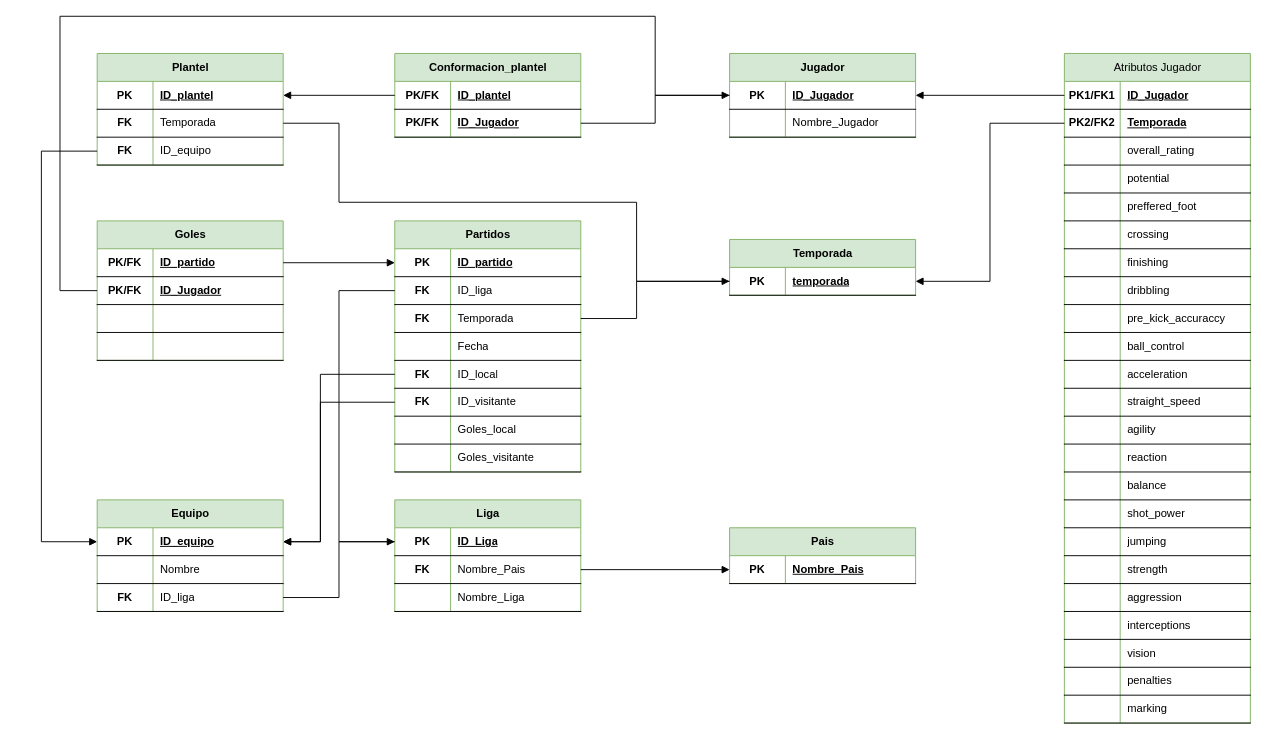
MakelMagus/TPLaboDatos2024 keeps this draw.io diagram as page "MER v3" (1 of 2) of Mandable.drawio. Above is the earlier version. Source tidied: cells renumbered, new cells numbered last; positions are measured from the earlier drawing's top-left corner, leaving out a move shared by most shapes. Both pictures are drawn from the tidied source at 93%, with x=0, y=0 at pixel (41, 16).
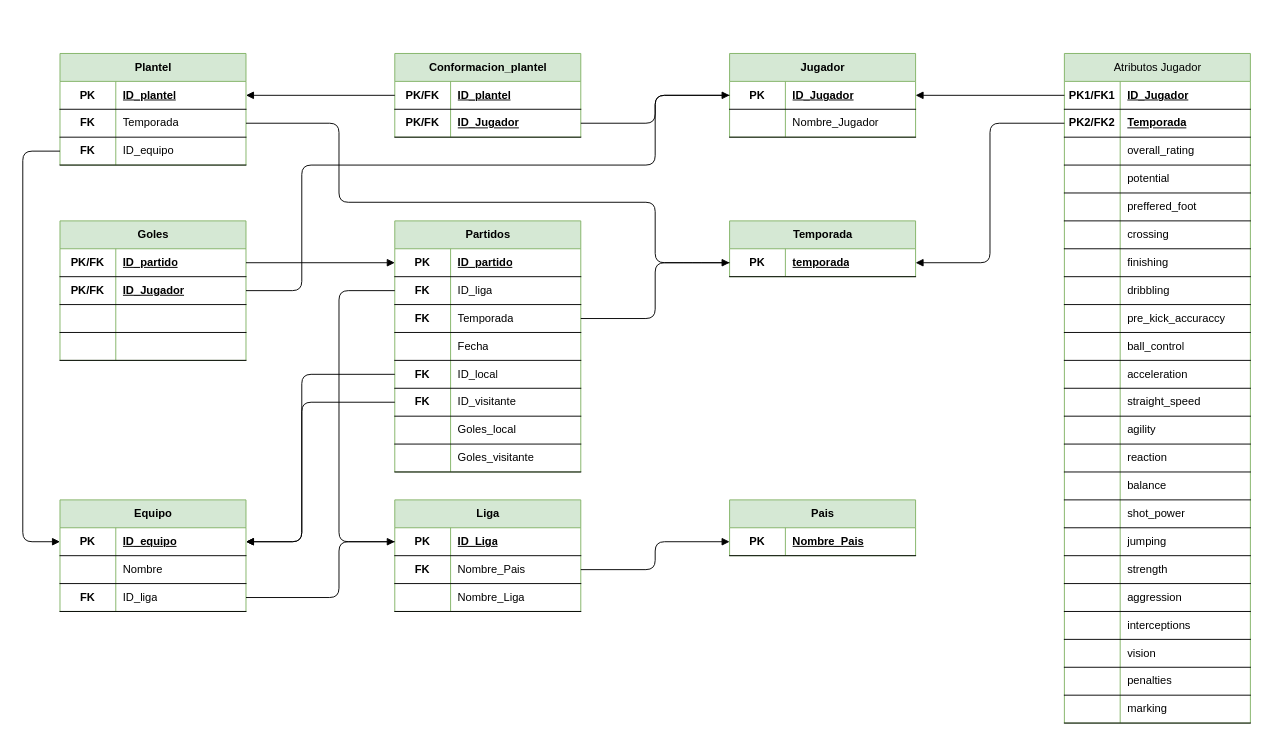
The same diagram, later.

The change refers to these unchanged cells:
```xml
<mxCell id="3" style="shape=tableRow;horizontal=0;startSize=0;swimlaneHead=0;swimlaneBody=0;fillColor=none;points=[[0,0.5],[1,0.5]];portConstraint=eastwest;top=0;left=0;right=0;bottom=1;" parent="2" vertex="1">
  <mxGeometry y="30" width="200" height="30" as="geometry" />
</mxCell>
<mxCell id="13" style="shape=tableRow;horizontal=0;startSize=0;swimlaneHead=0;swimlaneBody=0;fillColor=none;points=[[0,0.5],[1,0.5]];portConstraint=eastwest;top=0;left=0;right=0;bottom=1;" parent="12" vertex="1">
  <mxGeometry y="30" width="200" height="30" as="geometry" />
</mxCell>
<mxCell id="17" style="shape=tableRow;horizontal=0;startSize=0;swimlaneHead=0;swimlaneBody=0;fillColor=none;points=[[0,0.5],[1,0.5]];portConstraint=eastwest;top=0;left=0;right=0;bottom=1;" parent="16" vertex="1">
  <mxGeometry y="30" width="200" height="30" as="geometry" />
</mxCell>
<mxCell id="24" style="shape=tableRow;horizontal=0;startSize=0;swimlaneHead=0;swimlaneBody=0;fillColor=none;points=[[0,0.5],[1,0.5]];portConstraint=eastwest;top=0;left=0;right=0;bottom=1;" parent="23" vertex="1">
  <mxGeometry y="30" width="200" height="30" as="geometry" />
</mxCell>
<mxCell id="31" style="shape=tableRow;horizontal=0;startSize=0;swimlaneHead=0;swimlaneBody=0;fillColor=none;points=[[0,0.5],[1,0.5]];portConstraint=eastwest;top=0;left=0;right=0;bottom=1;" parent="27" vertex="1">
  <mxGeometry y="60" width="200" height="30" as="geometry" />
</mxCell>
<mxCell id="41" style="shape=tableRow;horizontal=0;startSize=0;swimlaneHead=0;swimlaneBody=0;fillColor=none;points=[[0,0.5],[1,0.5]];portConstraint=eastwest;top=0;left=0;right=0;bottom=1;" parent="40" vertex="1">
  <mxGeometry y="30" width="200" height="30" as="geometry" />
</mxCell>
<mxCell id="44" style="shape=tableRow;horizontal=0;startSize=0;swimlaneHead=0;swimlaneBody=0;fillColor=none;points=[[0,0.5],[1,0.5]];portConstraint=eastwest;top=0;left=0;right=0;bottom=1;" parent="40" vertex="1">
  <mxGeometry y="60" width="200" height="30" as="geometry" />
</mxCell>
<mxCell id="114" style="shape=tableRow;horizontal=0;startSize=0;swimlaneHead=0;swimlaneBody=0;fillColor=none;points=[[0,0.5],[1,0.5]];portConstraint=eastwest;top=0;left=0;right=0;bottom=1;" parent="110" vertex="1">
  <mxGeometry y="60" width="200" height="30" as="geometry" />
</mxCell>
<mxCell id="117" style="shape=tableRow;horizontal=0;startSize=0;swimlaneHead=0;swimlaneBody=0;fillColor=none;points=[[0,0.5],[1,0.5]];portConstraint=eastwest;top=0;left=0;right=0;bottom=1;" parent="110" vertex="1">
  <mxGeometry y="90" width="200" height="30" as="geometry" />
</mxCell>
<mxCell id="123" style="shape=tableRow;horizontal=0;startSize=0;swimlaneHead=0;swimlaneBody=0;fillColor=none;points=[[0,0.5],[1,0.5]];portConstraint=eastwest;top=0;left=0;right=0;bottom=1;" parent="110" vertex="1">
  <mxGeometry y="150" width="200" height="30" as="geometry" />
</mxCell>
<mxCell id="126" style="shape=tableRow;horizontal=0;startSize=0;swimlaneHead=0;swimlaneBody=0;fillColor=none;points=[[0,0.5],[1,0.5]];portConstraint=eastwest;top=0;left=0;right=0;bottom=1;" parent="110" vertex="1">
  <mxGeometry y="180" width="200" height="30" as="geometry" />
</mxCell>
<mxCell id="136" style="shape=tableRow;horizontal=0;startSize=0;swimlaneHead=0;swimlaneBody=0;fillColor=none;points=[[0,0.5],[1,0.5]];portConstraint=eastwest;top=0;left=0;right=0;bottom=1;" parent="135" vertex="1">
  <mxGeometry y="30" width="200" height="30" as="geometry" />
</mxCell>
<mxCell id="142" style="shape=tableRow;horizontal=0;startSize=0;swimlaneHead=0;swimlaneBody=0;fillColor=none;points=[[0,0.5],[1,0.5]];portConstraint=eastwest;top=0;left=0;right=0;bottom=1;" parent="135" vertex="1">
  <mxGeometry y="90" width="200" height="30" as="geometry" />
</mxCell>
<mxCell id="149" style="shape=tableRow;horizontal=0;startSize=0;swimlaneHead=0;swimlaneBody=0;fillColor=none;points=[[0,0.5],[1,0.5]];portConstraint=eastwest;top=0;left=0;right=0;bottom=1;" parent="145" vertex="1">
  <mxGeometry y="60" width="200" height="30" as="geometry" />
</mxCell>
<mxCell id="152" style="shape=tableRow;horizontal=0;startSize=0;swimlaneHead=0;swimlaneBody=0;fillColor=none;points=[[0,0.5],[1,0.5]];portConstraint=eastwest;top=0;left=0;right=0;bottom=1;" parent="145" vertex="1">
  <mxGeometry y="90" width="200" height="30" as="geometry" />
</mxCell>
<mxCell id="159" style="shape=tableRow;horizontal=0;startSize=0;swimlaneHead=0;swimlaneBody=0;fillColor=none;points=[[0,0.5],[1,0.5]];portConstraint=eastwest;top=0;left=0;right=0;bottom=1;" parent="155" vertex="1">
  <mxGeometry y="60" width="200" height="30" as="geometry" />
</mxCell>
```

Change to the diagram source:
```diff
@@
     <mxCell id="12" value="Pais" style="shape=table;startSize=30;childLayout=tableLayout;rowLines=0;fontStyle=1;align=center;html=1;fillColor=#d5e8d4;strokeColor=#82b366;" parent="1" vertex="1">
-      <mxGeometry x="740" y="550" width="200" height="60" as="geometry" />
+      <mxGeometry x="740" y="520" width="200" height="60" as="geometry" />
     </mxCell>
@@
     <mxCell id="23" value="Temporada" style="shape=table;startSize=30;childLayout=tableLayout;rowLines=0;fontStyle=1;align=center;html=1;fillColor=#d5e8d4;strokeColor=#82b366;" parent="1" vertex="1">
-      <mxGeometry x="740" y="240" width="200" height="60" as="geometry" />
+      <mxGeometry x="740" y="220" width="200" height="60" as="geometry" />
     </mxCell>
@@
     <mxCell id="27" value="Goles" style="shape=table;startSize=30;childLayout=tableLayout;rowLines=0;fontStyle=1;align=center;html=1;fillColor=#d5e8d4;strokeColor=#82b366;" parent="1" vertex="1">
-      <mxGeometry x="60" y="220" width="200" height="150" as="geometry" />
+      <mxGeometry x="20" y="220" width="200" height="150" as="geometry" />
     </mxCell>
@@
     <mxCell id="135" value="Equipo" style="shape=table;startSize=30;childLayout=tableLayout;rowLines=0;fontStyle=1;align=center;html=1;fillColor=#d5e8d4;strokeColor=#82b366;" parent="1" vertex="1">
-      <mxGeometry x="60" y="520" width="200" height="120" as="geometry" />
+      <mxGeometry x="20" y="520" width="200" height="120" as="geometry" />
     </mxCell>
@@
     <mxCell id="145" value="Plantel" style="shape=table;startSize=30;childLayout=tableLayout;rowLines=0;fontStyle=1;align=center;html=1;fillColor=#d5e8d4;strokeColor=#82b366;" parent="1" vertex="1">
-      <mxGeometry x="60" y="40" width="200" height="120" as="geometry" />
+      <mxGeometry x="20" y="40" width="200" height="120" as="geometry" />
     </mxCell>
@@
-    <mxCell id="162" style="endArrow=block;html=1;rounded=0;exitX=1;exitY=0.5;exitDx=0;exitDy=0;entryX=0;entryY=0.5;entryDx=0;entryDy=0;endFill=1;" parent="1" edge="1" target="13">
+    <mxCell id="162" style="endArrow=block;html=1;rounded=1;exitX=1;exitY=0.5;exitDx=0;exitDy=0;entryX=0;entryY=0.5;entryDx=0;entryDy=0;endFill=1;" parent="1" edge="1" target="13">
       <mxGeometry relative="1" as="geometry">
         <mxPoint x="580" y="595" as="sourcePoint" />
+        <Array as="points">
+          <mxPoint x="660" y="595" />
+          <mxPoint x="660" y="565" />
+        </Array>
       </mxGeometry>
     </mxCell>
-    <mxCell id="163" style="endArrow=none;html=1;rounded=0;entryX=0;entryY=0.5;entryDx=0;entryDy=0;exitX=1;exitY=0.5;exitDx=0;exitDy=0;startArrow=block;startFill=1;" parent="1" edge="1" source="17" target="41">
+    <mxCell id="163" style="endArrow=none;html=1;rounded=1;entryX=0;entryY=0.5;entryDx=0;entryDy=0;exitX=1;exitY=0.5;exitDx=0;exitDy=0;startArrow=block;startFill=1;" parent="1" edge="1" source="17" target="41">
       <mxGeometry relative="1" as="geometry" />
     </mxCell>
-    <mxCell id="164" style="endArrow=block;html=1;rounded=0;entryX=0;entryY=0.5;entryDx=0;entryDy=0;exitX=1;exitY=0.5;exitDx=0;exitDy=0;endFill=1;" parent="1" edge="1" source="159" target="17">
+    <mxCell id="164" style="endArrow=block;html=1;rounded=1;entryX=0;entryY=0.5;entryDx=0;entryDy=0;exitX=1;exitY=0.5;exitDx=0;exitDy=0;endFill=1;" parent="1" edge="1" source="159" target="17">
       <mxGeometry relative="1" as="geometry">
         <Array as="points">
           <mxPoint x="660" y="115" />
           <mxPoint x="660" y="85" />
         </Array>
       </mxGeometry>
     </mxCell>
@@
-    <mxCell id="166" style="endArrow=none;html=1;rounded=0;entryX=0;entryY=0.5;entryDx=0;entryDy=0;exitX=1;exitY=0.5;exitDx=0;exitDy=0;" parent="1" edge="1" source="149" target="24">
+    <mxCell id="166" style="endArrow=none;html=1;rounded=1;entryX=0;entryY=0.5;entryDx=0;entryDy=0;exitX=1;exitY=0.5;exitDx=0;exitDy=0;" parent="1" edge="1" source="149" target="24">
       <mxGeometry relative="1" as="geometry">
         <Array as="points">
           <mxPoint x="320" y="115" />
           <mxPoint x="320" y="200" />
-          <mxPoint x="640" y="200" />
-          <mxPoint x="640" y="285" />
+          <mxPoint x="660" y="200" />
+          <mxPoint x="660" y="265" />
+          <mxPoint x="700" y="265" />
         </Array>
       </mxGeometry>
     </mxCell>
-    <mxCell id="167" style="endArrow=none;html=1;rounded=0;exitX=0;exitY=0.5;exitDx=0;exitDy=0;entryX=1;entryY=0.5;entryDx=0;entryDy=0;" parent="1" edge="1" source="3" target="142">
+    <mxCell id="167" style="endArrow=none;html=1;rounded=1;exitX=0;exitY=0.5;exitDx=0;exitDy=0;entryX=1;entryY=0.5;entryDx=0;entryDy=0;" parent="1" edge="1" source="3" target="142">
       <mxGeometry relative="1" as="geometry">
         <Array as="points">
           <mxPoint x="320" y="565" />
           <mxPoint x="320" y="625" />
         </Array>
       </mxGeometry>
     </mxCell>
@@
-    <mxCell id="169" style="endArrow=block;html=1;rounded=0;exitX=1;exitY=0.5;exitDx=0;exitDy=0;entryX=0;entryY=0.5;entryDx=0;entryDy=0;endFill=1;" parent="1" edge="1" source="117" target="24">
+    <mxCell id="169" style="endArrow=block;html=1;rounded=1;exitX=1;exitY=0.5;exitDx=0;exitDy=0;entryX=0;entryY=0.5;entryDx=0;entryDy=0;endFill=1;" parent="1" edge="1" source="117" target="24">
       <mxGeometry relative="1" as="geometry">
         <Array as="points">
-          <mxPoint x="640" y="325" />
-          <mxPoint x="640" y="285" />
+          <mxPoint x="660" y="325" />
+          <mxPoint x="660" y="265" />
         </Array>
       </mxGeometry>
     </mxCell>
-    <mxCell id="170" style="endArrow=block;html=1;rounded=0;entryX=0;entryY=0.5;entryDx=0;entryDy=0;exitX=0;exitY=0.5;exitDx=0;exitDy=0;endFill=1;" parent="1" edge="1" source="114" target="3">
+    <mxCell id="170" style="endArrow=block;html=1;rounded=1;entryX=0;entryY=0.5;entryDx=0;entryDy=0;exitX=0;exitY=0.5;exitDx=0;exitDy=0;endFill=1;" parent="1" edge="1" source="114" target="3">
       <mxGeometry relative="1" as="geometry">
         <Array as="points">
           <mxPoint x="320" y="295" />
           <mxPoint x="320" y="565" />
         </Array>
       </mxGeometry>
     </mxCell>
-    <mxCell id="171" style="endArrow=block;html=1;rounded=0;exitX=0;exitY=0.5;exitDx=0;exitDy=0;entryX=1;entryY=0.5;entryDx=0;entryDy=0;endFill=1;" parent="1" edge="1" source="123" target="136">
+    <mxCell id="171" style="endArrow=block;html=1;rounded=1;exitX=0;exitY=0.5;exitDx=0;exitDy=0;entryX=1;entryY=0.5;entryDx=0;entryDy=0;endFill=1;" parent="1" edge="1" source="123" target="136">
       <mxGeometry relative="1" as="geometry">
         <Array as="points">
-          <mxPoint x="300" y="385" />
-          <mxPoint x="300" y="565" />
+          <mxPoint x="280" y="385" />
+          <mxPoint x="280" y="565" />
         </Array>
       </mxGeometry>
     </mxCell>
-    <mxCell id="172" style="endArrow=block;html=1;rounded=0;exitX=0;exitY=0.5;exitDx=0;exitDy=0;entryX=1;entryY=0.5;entryDx=0;entryDy=0;endFill=1;" parent="1" edge="1" source="126" target="136">
+    <mxCell id="172" style="endArrow=block;html=1;rounded=1;exitX=0;exitY=0.5;exitDx=0;exitDy=0;entryX=1;entryY=0.5;entryDx=0;entryDy=0;endFill=1;" parent="1" edge="1" source="126" target="136">
       <mxGeometry relative="1" as="geometry">
         <Array as="points">
-          <mxPoint x="300" y="415" />
-          <mxPoint x="300" y="565" />
+          <mxPoint x="280" y="415" />
+          <mxPoint x="280" y="565" />
         </Array>
       </mxGeometry>
     </mxCell>
-    <mxCell id="173" style="endArrow=block;html=1;rounded=0;exitX=0;exitY=0.5;exitDx=0;exitDy=0;entryX=0;entryY=0.5;entryDx=0;entryDy=0;endFill=1;" parent="1" edge="1" source="152" target="136">
+    <mxCell id="173" style="endArrow=block;html=1;rounded=1;exitX=0;exitY=0.5;exitDx=0;exitDy=0;entryX=0;entryY=0.5;entryDx=0;entryDy=0;endFill=1;" parent="1" edge="1" source="152" target="136">
       <mxGeometry relative="1" as="geometry">
         <Array as="points">
-          <mxPoint y="145" />
-          <mxPoint y="565" />
+          <mxPoint x="-20" y="145" />
+          <mxPoint x="-20" y="565" />
         </Array>
       </mxGeometry>
     </mxCell>
-    <mxCell id="174" style="endArrow=none;html=1;rounded=0;entryX=0;entryY=0.5;entryDx=0;entryDy=0;exitX=1;exitY=0.5;exitDx=0;exitDy=0;startArrow=block;startFill=1;" parent="1" edge="1" source="24" target="44">
+    <mxCell id="174" style="endArrow=none;html=1;rounded=1;entryX=0;entryY=0.5;entryDx=0;entryDy=0;exitX=1;exitY=0.5;exitDx=0;exitDy=0;startArrow=block;startFill=1;" parent="1" edge="1" source="24" target="44">
       <mxGeometry relative="1" as="geometry">
         <Array as="points">
-          <mxPoint x="1020" y="285" />
+          <mxPoint x="1020" y="265" />
           <mxPoint x="1020" y="115" />
         </Array>
       </mxGeometry>
     </mxCell>
-    <mxCell id="175" style="endArrow=none;html=1;rounded=0;entryX=0;entryY=0.5;entryDx=0;entryDy=0;exitX=0;exitY=0.5;exitDx=0;exitDy=0;" parent="1" edge="1" source="31" target="17">
+    <mxCell id="175" style="endArrow=none;html=1;rounded=1;entryX=0;entryY=0.5;entryDx=0;entryDy=0;exitX=1;exitY=0.5;exitDx=0;exitDy=0;" parent="1" edge="1" source="31" target="17">
       <mxGeometry relative="1" as="geometry">
         <Array as="points">
-          <mxPoint x="20" y="295" />
-          <mxPoint x="20" />
-          <mxPoint x="660" />
+          <mxPoint x="280" y="295" />
+          <mxPoint x="280" y="160" />
+          <mxPoint x="660" y="160" />
           <mxPoint x="660" y="85" />
         </Array>
       </mxGeometry>
     </mxCell>
```
